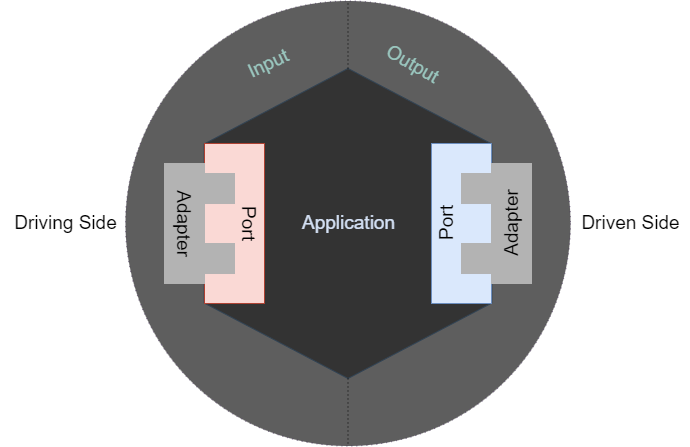
The draw.io diagram pic/六边形架构.drawio.png in guxdong/imgrepo, before a commit. Source tidied: cells renumbered, new cells last; positions are measured from the earlier drawing's top-left corner, leaving out a move shared by most shapes.
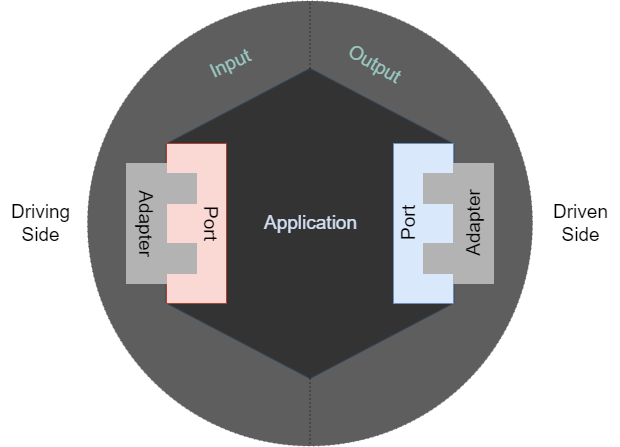
The same file after the commit.

Commit message:
更新六边形架构.drawio.png

The edit, as a diff of the source:
```diff
@@ -68,11 +68,11 @@
     <mxCell id="23" value="Output" style="text;html=1;align=center;verticalAlign=middle;strokeColor=none;fillColor=none;fontColor=#9AC7BF;fontSize=19;rotation=30;" parent="1" vertex="1">
       <mxGeometry x="372" y="44.1" width="80" height="40" as="geometry" />
     </mxCell>
-    <mxCell id="24" value="Driving Side" style="text;html=1;align=center;verticalAlign=middle;strokeColor=none;fillColor=none;fontSize=19;" parent="1" vertex="1">
-      <mxGeometry y="203" width="130" height="40" as="geometry" />
+    <mxCell id="24" value="Driving&lt;br&gt;Side" style="text;html=1;align=center;verticalAlign=middle;strokeColor=none;fillColor=none;fontSize=19;" parent="1" vertex="1">
+      <mxGeometry x="38" y="193" width="80" height="60" as="geometry" />
     </mxCell>
-    <mxCell id="25" value="Driven Side" style="text;html=1;align=center;verticalAlign=middle;strokeColor=none;fillColor=none;fontSize=19;" parent="1" vertex="1">
-      <mxGeometry x="570" y="203" width="120" height="40" as="geometry" />
+    <mxCell id="25" value="Driven&lt;br&gt;Side" style="text;html=1;align=center;verticalAlign=middle;strokeColor=none;fillColor=none;fontSize=19;" parent="1" vertex="1">
+      <mxGeometry x="578" y="193" width="80" height="60" as="geometry" />
     </mxCell>
   </root>
 </mxGraphModel>
```
